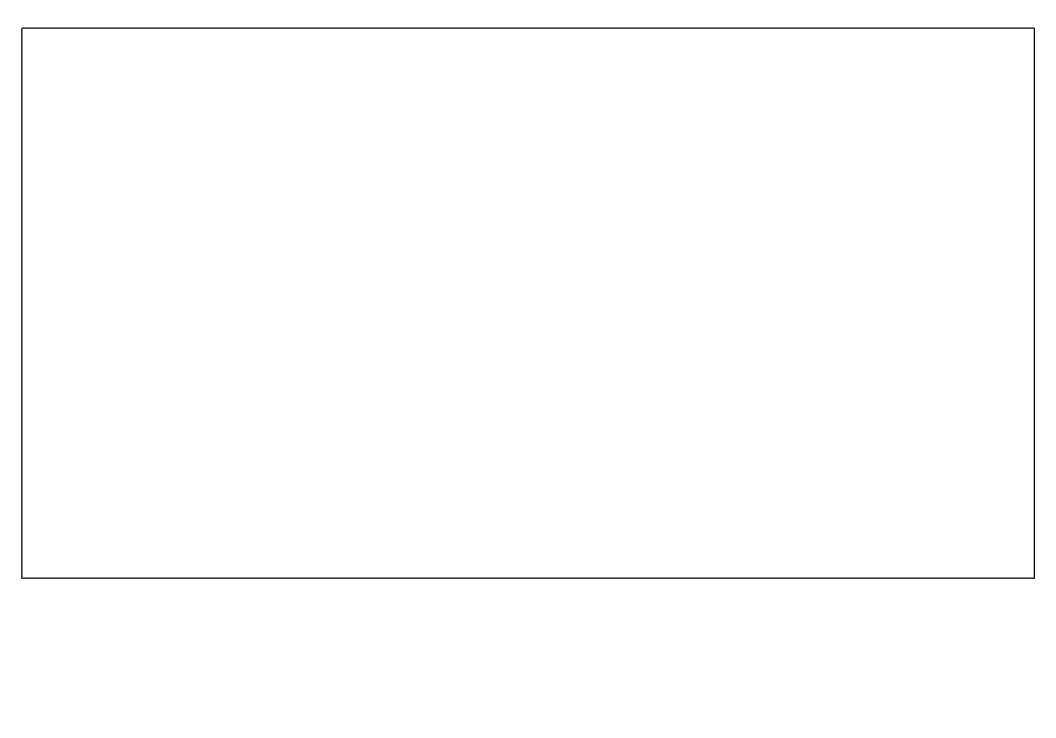
Earlier version of the draw.io diagram ROI프로그램 화면정의서.drawio (Hyunmin-Kwak-hub/neighbor21). Source tidied: cells renumbered, new cells numbered last; positions are measured from the earlier drawing's top-left corner, leaving out a move shared by most shapes. Both pictures are drawn from the tidied source at 125%, with x=0, y=0 at pixel (21, 28).
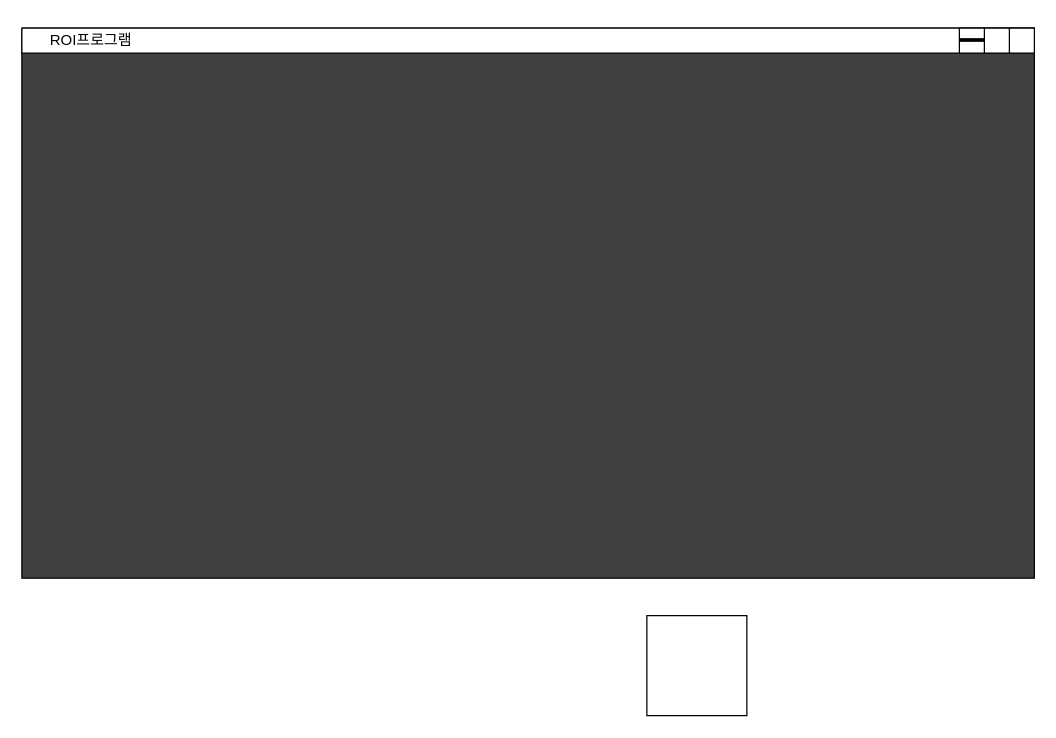
Above is the later version.

Commit message (it also covers changes not shown here):
ROI프로그램 화면정의서.drawio 업데이트

What changed in the source:
```diff
@@
 <mxGraphModel>
   <root>
     <mxCell id="0" />
     <mxCell id="1" parent="0" />
-    <mxCell id="2" style="swimlane;startSize=0;" parent="1" vertex="1">
+    <mxCell id="2" style="swimlane;startSize=0;swimlaneFillColor=#404040;" parent="1" vertex="1">
       <mxGeometry width="810" height="440" as="geometry" />
     </mxCell>
+    <mxCell id="3" style="rounded=0;whiteSpace=wrap;html=1;" parent="1" vertex="1">
+      <mxGeometry width="810" height="20" as="geometry" />
+    </mxCell>
+    <mxCell id="4" value="ROI프로그램" style="text;html=1;align=center;verticalAlign=middle;strokeColor=none;fillColor=none;" parent="1" vertex="1">
+      <mxGeometry x="10" y="-5" width="90" height="30" as="geometry" />
+    </mxCell>
+    <mxCell id="5" style="whiteSpace=wrap;html=1;" parent="1" vertex="1">
+      <mxGeometry x="790" width="20" height="20" as="geometry" />
+    </mxCell>
+    <mxCell id="6" style="whiteSpace=wrap;html=1;" parent="1" vertex="1">
+      <mxGeometry x="770" width="20" height="20" as="geometry" />
+    </mxCell>
+    <mxCell id="7" style="whiteSpace=wrap;html=1;" parent="1" vertex="1">
+      <mxGeometry x="750" width="20" height="20" as="geometry" />
+    </mxCell>
+    <mxCell id="8" style="endArrow=none;html=1;rounded=0;strokeWidth=3;" parent="1" edge="1">
+      <mxGeometry relative="1" as="geometry">
+        <mxPoint x="750" y="9.5" as="sourcePoint" />
+        <mxPoint x="770" y="9.5" as="targetPoint" />
+      </mxGeometry>
+    </mxCell>
+    <mxCell id="9" style="whiteSpace=wrap;html=1;" parent="1" vertex="1">
+      <mxGeometry x="500" y="470" width="80" height="80" as="geometry" />
+    </mxCell>
   </root>
 </mxGraphModel>
```
